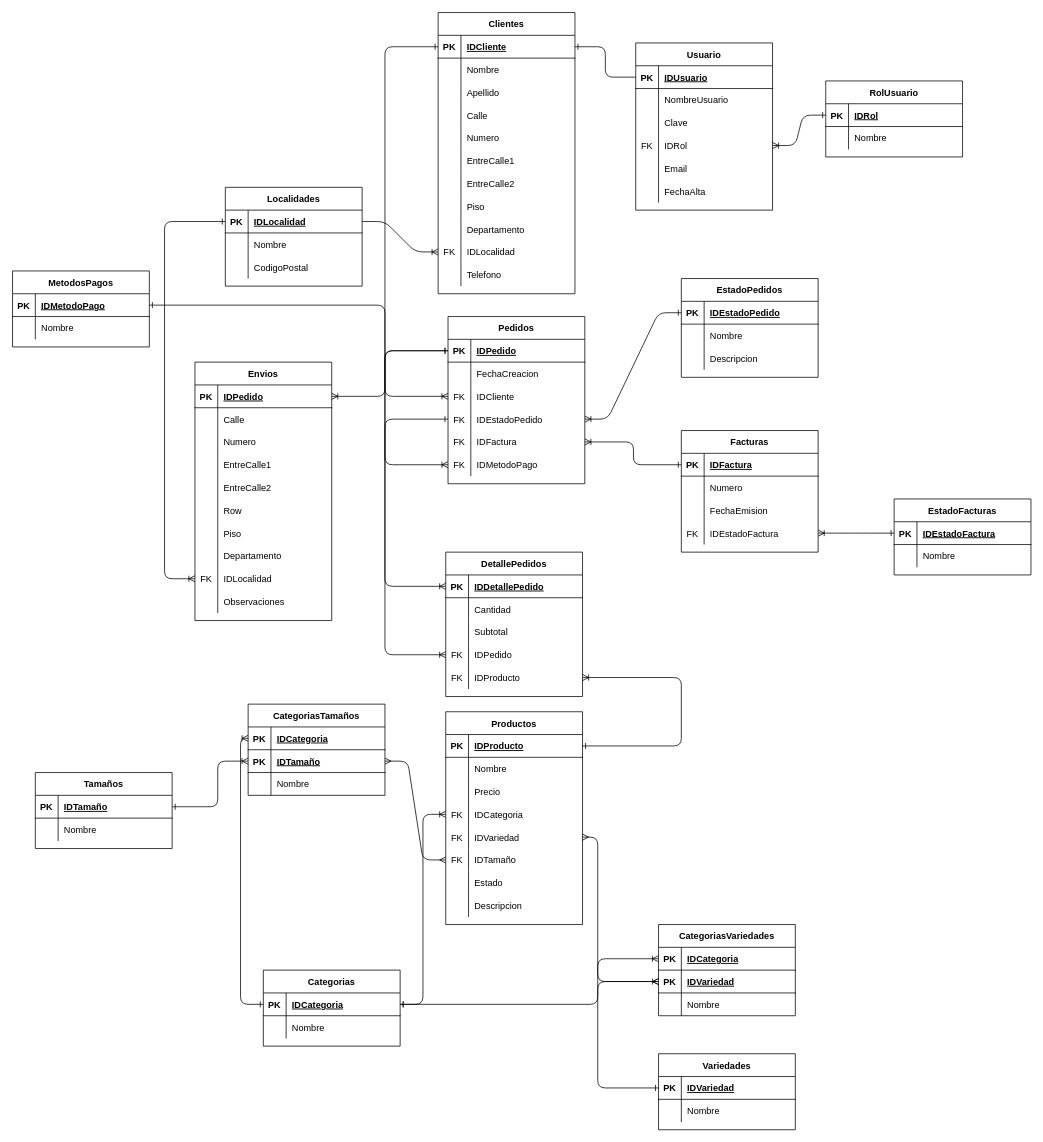
Before: Delivery DER.drawio in RailGun15/laboratorio3-20202c, a draw.io diagram. Source tidied: cells renumbered, new cells numbered last; positions are measured from the earlier drawing's top-left corner, leaving out a move shared by most shapes. Both pictures are drawn from the tidied source at 76%, with x=0, y=0 at pixel (12, 12).
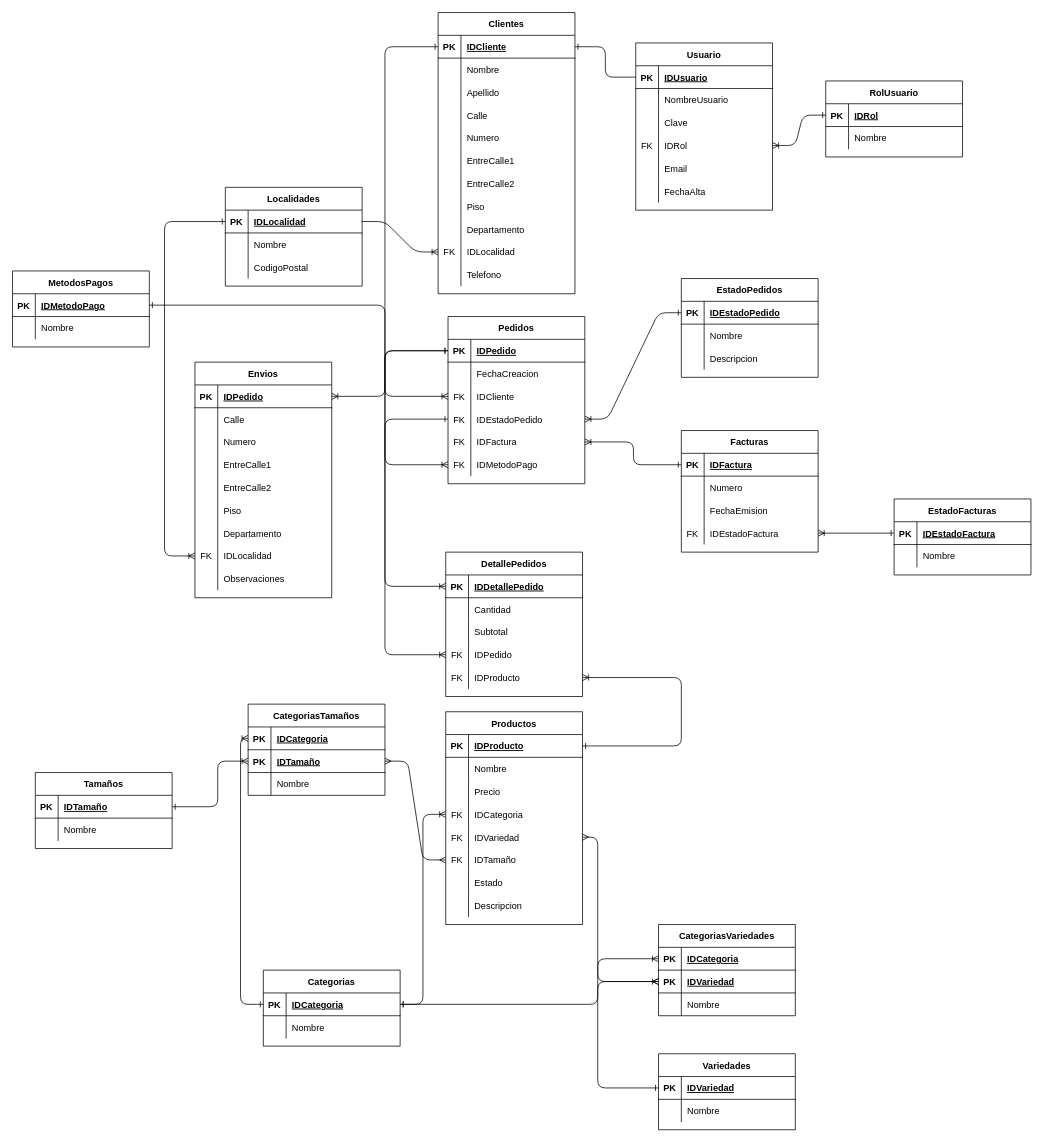
Above is the later version.

Diff of the diagram source:
```diff
@@
     <mxCell id="176" value="Envios" style="shape=table;startSize=30;childLayout=tableLayout;rowLines=0;fontStyle=1;align=center;" parent="1" vertex="1">
-      <mxGeometry x="240" y="460" width="180" height="340" as="geometry" />
+      <mxGeometry x="240" y="460" width="180" height="310" as="geometry" />
     </mxCell>
@@
-    <mxCell id="192" style="shape=partialRectangle;fillColor=none;top=0;left=0;bottom=0;right=0;" parent="176" vertex="1">
-      <mxGeometry y="180" width="180" height="30" as="geometry" />
-    </mxCell>
-    <mxCell id="193" style="shape=partialRectangle;fillColor=none;top=0;left=0;bottom=0;right=0;overflow=hidden;" parent="192" vertex="1">
-      <mxGeometry width="30" height="30" as="geometry" />
-    </mxCell>
-    <mxCell id="194" value="Row" style="shape=partialRectangle;fillColor=none;top=0;left=0;bottom=0;right=0;align=left;spacingLeft=6;overflow=hidden;" parent="192" vertex="1">
-      <mxGeometry x="30" width="150" height="30" as="geometry" />
-    </mxCell>
     <mxCell id="195" style="shape=partialRectangle;fillColor=none;top=0;left=0;bottom=0;right=0;" parent="176" vertex="1">
-      <mxGeometry y="210" width="180" height="30" as="geometry" />
+      <mxGeometry y="180" width="180" height="30" as="geometry" />
     </mxCell>
@@
     <mxCell id="198" style="shape=partialRectangle;fillColor=none;top=0;left=0;bottom=0;right=0;" parent="176" vertex="1">
-      <mxGeometry y="240" width="180" height="30" as="geometry" />
+      <mxGeometry y="210" width="180" height="30" as="geometry" />
     </mxCell>
@@
     <mxCell id="201" style="shape=partialRectangle;fillColor=none;top=0;left=0;bottom=0;right=0;points=[[0,0.5],[1,0.5]];portConstraint=eastwest;" parent="176" vertex="1">
-      <mxGeometry y="270" width="180" height="30" as="geometry" />
+      <mxGeometry y="240" width="180" height="30" as="geometry" />
     </mxCell>
@@
     <mxCell id="204" style="shape=partialRectangle;fillColor=none;top=0;left=0;bottom=0;right=0;" parent="176" vertex="1">
-      <mxGeometry y="300" width="180" height="30" as="geometry" />
+      <mxGeometry y="270" width="180" height="30" as="geometry" />
     </mxCell>
```
